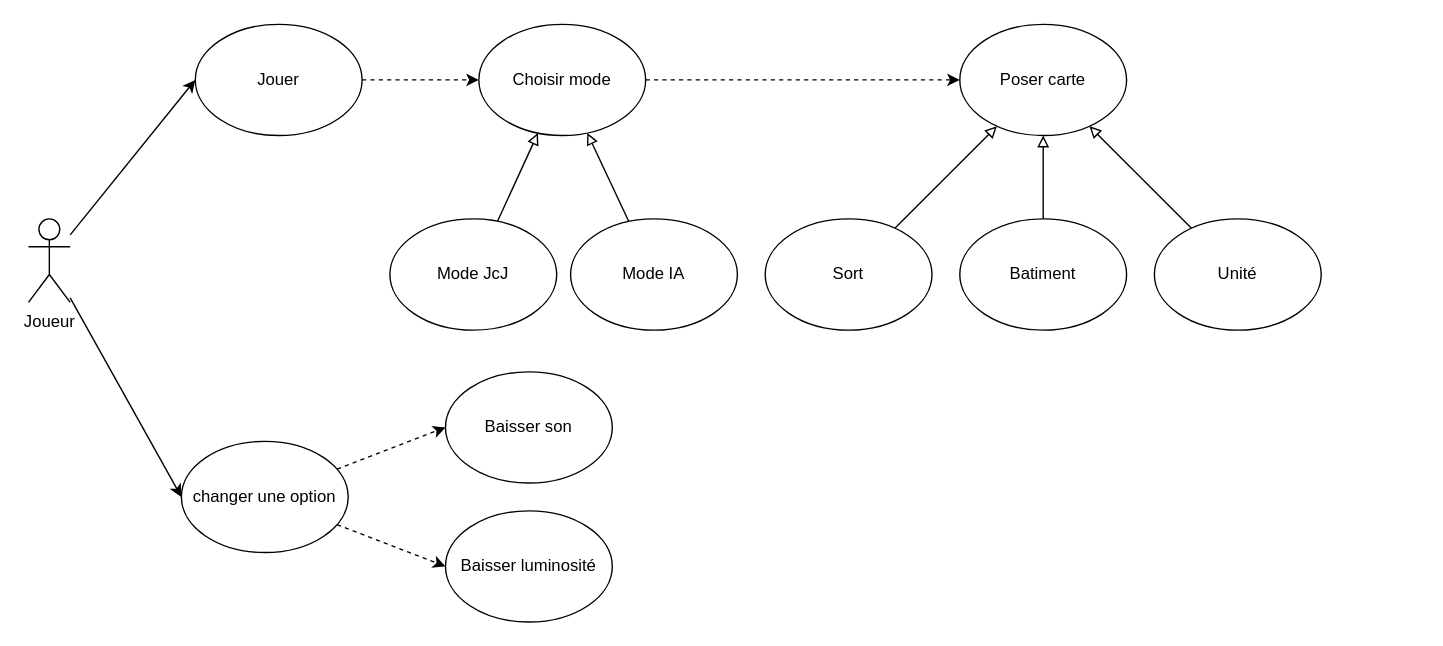
Earlier version of the draw.io diagram cutil.drawio (l-busca/ProjetUML_Busca_Jacques_Mathieu_Schneider). Source tidied: cells renumbered, new cells numbered last; positions are measured from the earlier drawing's top-left corner, leaving out a move shared by most shapes. Both pictures are drawn from the tidied source at 139%, with x=0, y=0 at pixel (28, 24).
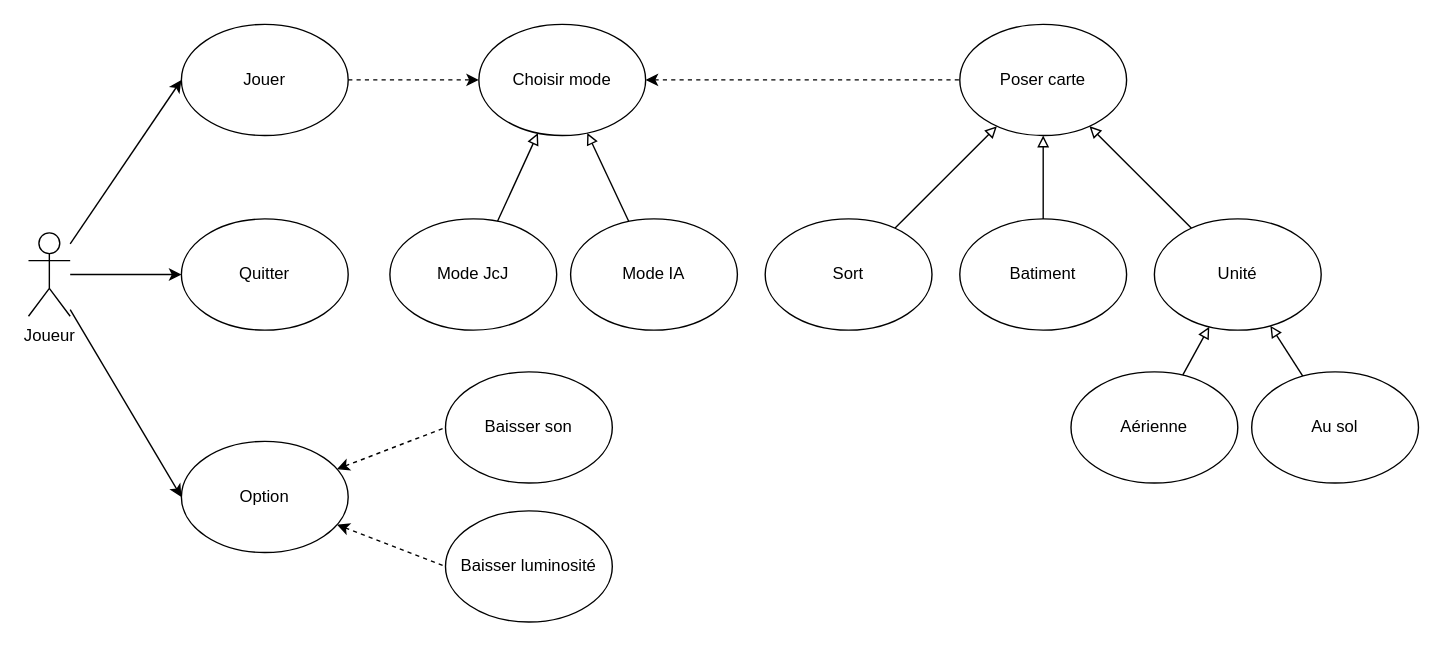
Above is the later version.

Commit message (it also covers changes not shown here):
je fais tout comme dh'ab

The change refers to these unchanged cells:
```xml
<mxCell id="12" value="Baisser son" style="ellipse;whiteSpace=wrap;html=1;" parent="1" vertex="1">
  <mxGeometry x="300" y="250" width="120" height="80" as="geometry" />
</mxCell>
<mxCell id="13" value="Baisser luminosité" style="ellipse;whiteSpace=wrap;html=1;" parent="1" vertex="1">
  <mxGeometry x="300" y="350" width="120" height="80" as="geometry" />
</mxCell>
<mxCell id="21" value="Choisir mode" style="ellipse;whiteSpace=wrap;html=1;" parent="1" vertex="1">
  <mxGeometry x="324" width="120" height="80" as="geometry" />
</mxCell>
<mxCell id="22" value="Poser carte" style="ellipse;whiteSpace=wrap;html=1;" parent="1" vertex="1">
  <mxGeometry x="670" width="120" height="80" as="geometry" />
</mxCell>
<mxCell id="24" value="Unité" style="ellipse;whiteSpace=wrap;html=1;" parent="1" vertex="1">
  <mxGeometry x="810" y="140" width="120" height="80" as="geometry" />
</mxCell>
```

The edit, as a diff of the source:
```diff
@@
+    <mxCell id="25" style="rounded=0;jettySize=auto;html=1;entryX=0;entryY=0.5;entryDx=0;entryDy=0;startArrow=none;startFill=0;endArrow=classic;endFill=1;" parent="1" edge="1" source="4" target="26">
+      <mxGeometry relative="1" as="geometry" />
+    </mxCell>
     <mxCell id="4" value="Joueur" style="shape=umlActor;verticalLabelPosition=bottom;verticalAlign=top;html=1;outlineConnect=0;" parent="1" vertex="1">
-      <mxGeometry y="140" width="30" height="60" as="geometry" />
+      <mxGeometry y="150" width="30" height="60" as="geometry" />
     </mxCell>
-    <mxCell id="5" style="edgeStyle=none;rounded=0;jettySize=auto;html=1;entryX=0;entryY=0.5;entryDx=0;entryDy=0;dashed=1;" parent="1" edge="1" source="6" target="21">
+    <mxCell id="5" style="edgeStyle=none;rounded=0;jettySize=auto;html=1;entryX=0;entryY=0.5;entryDx=0;entryDy=0;dashed=1;startArrow=none;startFill=0;endArrow=classic;endFill=1;" parent="1" edge="1" source="6" target="21">
       <mxGeometry relative="1" as="geometry" />
     </mxCell>
     <mxCell id="6" value="Jouer" style="ellipse;whiteSpace=wrap;html=1;" parent="1" vertex="1">
-      <mxGeometry x="120" width="120" height="80" as="geometry" />
+      <mxGeometry x="110" width="120" height="80" as="geometry" />
     </mxCell>
-    <mxCell id="7" style="rounded=0;jettySize=auto;html=1;entryX=0;entryY=0.5;entryDx=0;entryDy=0;dashed=1;" parent="1" edge="1" source="9" target="12">
+    <mxCell id="7" style="rounded=0;jettySize=auto;html=1;entryX=0;entryY=0.5;entryDx=0;entryDy=0;dashed=1;startArrow=classic;startFill=1;endArrow=none;endFill=0;" parent="1" edge="1" source="9" target="12">
       <mxGeometry relative="1" as="geometry" />
     </mxCell>
-    <mxCell id="8" style="edgeStyle=none;rounded=0;jettySize=auto;html=1;entryX=0;entryY=0.5;entryDx=0;entryDy=0;dashed=1;" parent="1" edge="1" source="9" target="13">
+    <mxCell id="8" style="edgeStyle=none;rounded=0;jettySize=auto;html=1;entryX=0;entryY=0.5;entryDx=0;entryDy=0;dashed=1;startArrow=classic;startFill=1;endArrow=none;endFill=0;" parent="1" edge="1" source="9" target="13">
       <mxGeometry relative="1" as="geometry" />
     </mxCell>
-    <mxCell id="9" value="changer une option" style="ellipse;whiteSpace=wrap;html=1;" parent="1" vertex="1">
+    <mxCell id="9" value="Option" style="ellipse;whiteSpace=wrap;html=1;" parent="1" vertex="1">
       <mxGeometry x="110" y="300" width="120" height="80" as="geometry" />
     </mxCell>
@@
-    <mxCell id="20" style="edgeStyle=none;rounded=0;jettySize=auto;html=1;entryX=0;entryY=0.5;entryDx=0;entryDy=0;endArrow=classic;endFill=1;dashed=1;" parent="1" edge="1" source="21" target="22">
+    <mxCell id="20" style="edgeStyle=none;rounded=0;jettySize=auto;html=1;entryX=0;entryY=0.5;entryDx=0;entryDy=0;endArrow=none;endFill=0;dashed=1;startArrow=classic;startFill=1;" parent="1" edge="1" source="21" target="22">
       <mxGeometry relative="1" as="geometry" />
     </mxCell>
@@
+    <mxCell id="26" value="Quitter" style="ellipse;whiteSpace=wrap;html=1;" parent="1" vertex="1">
+      <mxGeometry x="110" y="140" width="120" height="80" as="geometry" />
+    </mxCell>
+    <mxCell id="27" style="edgeStyle=none;rounded=0;jettySize=auto;html=1;startArrow=none;startFill=0;endArrow=block;endFill=0;" parent="1" edge="1" source="28" target="24">
+      <mxGeometry relative="1" as="geometry" />
+    </mxCell>
+    <mxCell id="28" value="Aérienne" style="ellipse;whiteSpace=wrap;html=1;" parent="1" vertex="1">
+      <mxGeometry x="750" y="250" width="120" height="80" as="geometry" />
+    </mxCell>
+    <mxCell id="29" style="edgeStyle=none;rounded=0;jettySize=auto;html=1;startArrow=none;startFill=0;endArrow=block;endFill=0;" parent="1" edge="1" source="30" target="24">
+      <mxGeometry relative="1" as="geometry" />
+    </mxCell>
+    <mxCell id="30" value="Au sol" style="ellipse;whiteSpace=wrap;html=1;" parent="1" vertex="1">
+      <mxGeometry x="880" y="250" width="120" height="80" as="geometry" />
+    </mxCell>
```
